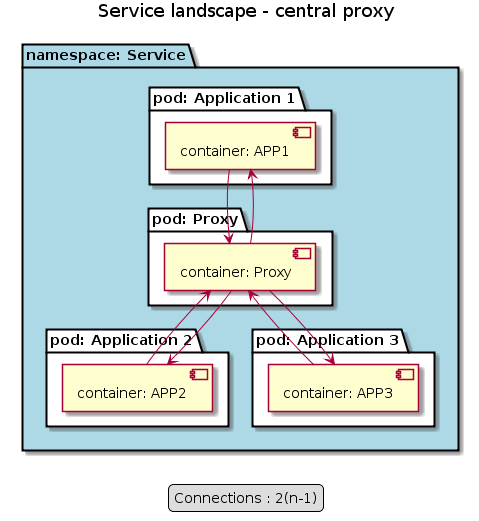
The PlantUML diagram out/service-mesh-002.png in michiel/various-diagrams, before a commit. Source of this version:
```plantuml
@startuml

title Service landscape - central proxy
skinparam componentStyle uml2

package "namespace: Service" #LightBlue {
  package "pod: Application 1" #White {
    component "container: APP1" as APP1
  }

  package "pod: Proxy" #White {
  component "container: Proxy" as Proxy
  }

  package "pod: Application 2" #White {
    component "container: APP2" as APP2
  }

  package "pod: Application 3" #White {
   component "container: APP3" as APP3
  }

}

APP1 -d-> Proxy
Proxy -u-> APP1

APP2 -u-> Proxy
Proxy -d-> APP2

APP3 -u-> Proxy
Proxy -d-> APP3

legend
  Connections : 2(n-1)
end legend

@enduml
```
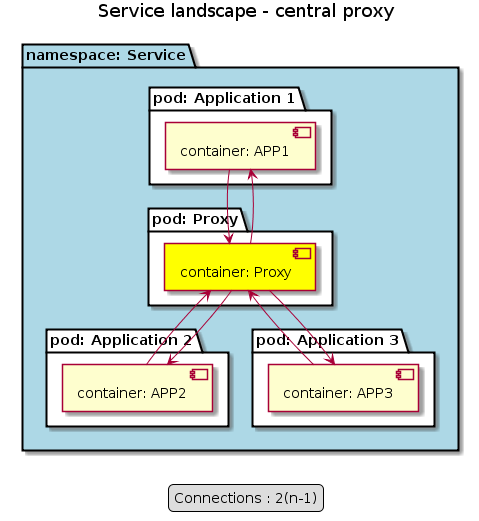
Later version of the same file.

Change to the diagram source:
```diff
@@ -9,7 +9,7 @@
   }
 
   package "pod: Proxy" #White {
-  component "container: Proxy" as Proxy
+  component "container: Proxy" as Proxy #Yellow
   }
 
   package "pod: Application 2" #White {
```
